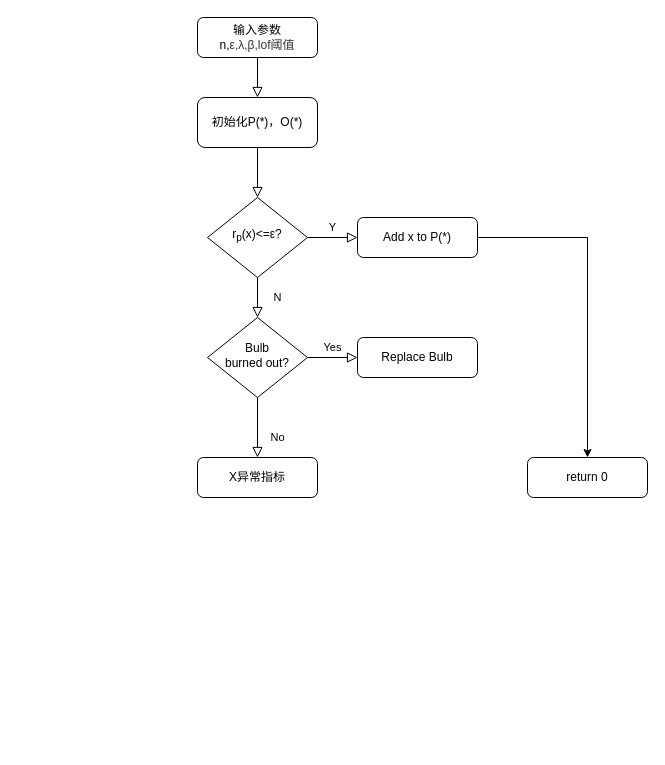
Above: paper/paper al流程.drawio in qin8948050/diagram (draw.io), before the change. Source tidied: cells renumbered, new cells numbered last; positions are measured from the earlier drawing's top-left corner, leaving out a move shared by most shapes. Both pictures are drawn from the tidied source at 100%, with x=0, y=0 at pixel (197, 17).
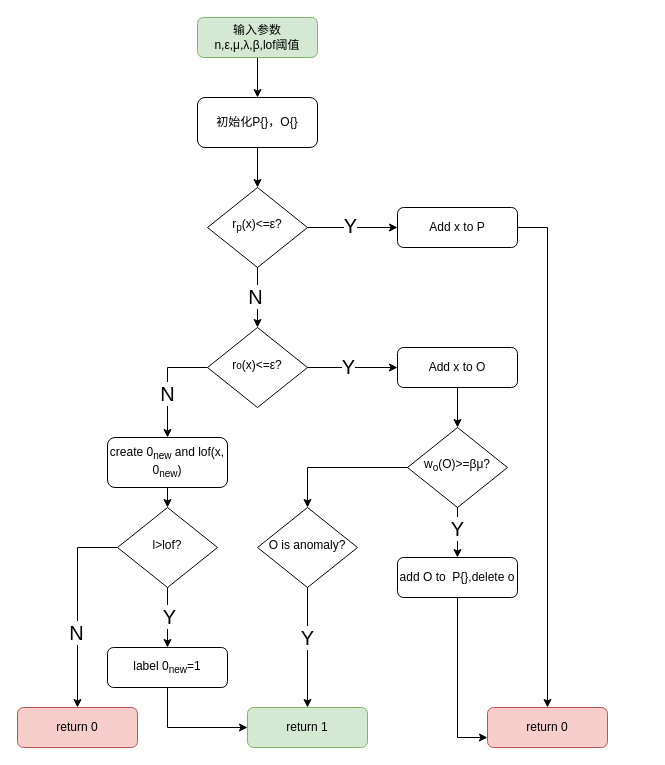
The same page after the edit.

What changed in the source:
```diff
@@
-    <mxCell id="2" style="edgeStyle=orthogonalEdgeStyle;rounded=0;hachureGap=4;jettySize=auto;html=1;exitX=0.5;exitY=1;exitDx=0;exitDy=0;entryX=0.5;entryY=0;entryDx=0;entryDy=0;fontFamily=Architects Daughter;fontSize=16;endArrow=block;endFill=0;endSize=8;" parent="1" edge="1" source="3" target="15">
+    <mxCell id="2" style="edgeStyle=orthogonalEdgeStyle;rounded=0;hachureGap=4;jettySize=auto;html=1;exitX=0.5;exitY=1;exitDx=0;exitDy=0;fontFamily=Architects Daughter;fontSize=16;" parent="1" edge="1" source="3" target="15">
       <mxGeometry relative="1" as="geometry" />
     </mxCell>
-    <mxCell id="3" value="&lt;font style=&quot;font-size: 12px;&quot;&gt;输入参数&lt;br&gt;n,&lt;span style=&quot;color: rgb(51, 51, 51); font-family: &amp;quot;PingFang SC&amp;quot;, &amp;quot;Lantinghei SC&amp;quot;, &amp;quot;Microsoft YaHei&amp;quot;, arial, 宋体, sans-serif, tahoma; text-align: start; background-color: rgb(255, 255, 255);&quot;&gt;ε,&lt;/span&gt;&lt;span style=&quot;color: rgb(51, 51, 51); font-family: &amp;quot;PingFang SC&amp;quot;, &amp;quot;Lantinghei SC&amp;quot;, &amp;quot;Microsoft YaHei&amp;quot;, arial, 宋体, sans-serif, tahoma; text-align: start; background-color: rgb(255, 255, 255);&quot;&gt;λ,&lt;/span&gt;&lt;span style=&quot;color: rgb(51, 51, 51); font-family: &amp;quot;PingFang SC&amp;quot;, &amp;quot;Lantinghei SC&amp;quot;, &amp;quot;Microsoft YaHei&amp;quot;, arial, 宋体, sans-serif, tahoma; text-align: start; background-color: rgb(255, 255, 255);&quot;&gt;β,lof阈值&lt;/span&gt;&lt;/font&gt;" style="rounded=1;whiteSpace=wrap;html=1;fontSize=12;glass=0;strokeWidth=1;shadow=0;" parent="1" vertex="1">
+    <mxCell id="3" value="输入参数&lt;br&gt;n,&lt;span style=&quot;text-align: start;&quot;&gt;ε,μ,&lt;/span&gt;&lt;span style=&quot;text-align: start;&quot;&gt;λ,&lt;/span&gt;&lt;span style=&quot;text-align: start;&quot;&gt;β,lof阈值&lt;/span&gt;" style="rounded=1;whiteSpace=wrap;html=1;fontSize=12;glass=0;strokeWidth=1;shadow=0;fillColor=#d5e8d4;strokeColor=#82b366;" parent="1" vertex="1">
       <mxGeometry width="120" height="40" as="geometry" />
     </mxCell>
+    <mxCell id="5" style="edgeStyle=orthogonalEdgeStyle;rounded=0;hachureGap=4;jettySize=auto;html=1;exitX=1;exitY=0.5;exitDx=0;exitDy=0;entryX=0;entryY=0.5;entryDx=0;entryDy=0;fontFamily=Architects Daughter;fontSize=16;" parent="1" edge="1" source="6" target="8">
+      <mxGeometry relative="1" as="geometry" />
+    </mxCell>
+    <mxCell id="17" value="Y" style="edgeLabel;html=1;align=center;verticalAlign=middle;fontSize=20;fontFamily=Helvetica;" parent="5" vertex="1">
+      <mxGeometry x="-0.06" y="3" relative="1" as="geometry" />
+    </mxCell>
-    <mxCell id="4" value="N" style="rounded=0;html=1;jettySize=auto;fontSize=11;endArrow=block;endFill=0;endSize=8;strokeWidth=1;shadow=0;labelBackgroundColor=none;edgeStyle=orthogonalEdgeStyle;" parent="1" edge="1" source="6" target="11">
-      <mxGeometry y="20" relative="1" as="geometry" />
+    <mxCell id="4" style="edgeStyle=orthogonalEdgeStyle;rounded=0;hachureGap=4;jettySize=auto;html=1;exitX=0.5;exitY=1;exitDx=0;exitDy=0;fontFamily=Architects Daughter;fontSize=16;" parent="1" edge="1" source="6" target="11">
+      <mxGeometry relative="1" as="geometry" />
     </mxCell>
-    <mxCell id="5" value="Y" style="edgeStyle=orthogonalEdgeStyle;rounded=0;html=1;jettySize=auto;fontSize=11;endArrow=block;endFill=0;endSize=8;strokeWidth=1;shadow=0;labelBackgroundColor=none;" parent="1" edge="1" source="6" target="8">
-      <mxGeometry y="10" relative="1" as="geometry" />
-    </mxCell>
+    <mxCell id="18" value="N" style="edgeLabel;html=1;align=center;verticalAlign=middle;fontSize=20;fontFamily=Helvetica;" parent="4" vertex="1">
+      <mxGeometry x="-0.06" y="-3" relative="1" as="geometry" />
+    </mxCell>
     <mxCell id="6" value="r&lt;sub&gt;p&lt;/sub&gt;(x)&amp;lt;=ε?" style="rhombus;whiteSpace=wrap;html=1;shadow=0;fontFamily=Helvetica;fontSize=12;align=center;strokeWidth=1;spacing=6;spacingTop=-4;" parent="1" vertex="1">
-      <mxGeometry x="10" y="180" width="100" height="80" as="geometry" />
+      <mxGeometry x="10" y="170" width="100" height="80" as="geometry" />
     </mxCell>
@@
-    <mxCell id="8" value="Add x to P(*)" style="rounded=1;whiteSpace=wrap;html=1;fontSize=12;glass=0;strokeWidth=1;shadow=0;" parent="1" vertex="1">
-      <mxGeometry x="160" y="200" width="120" height="40" as="geometry" />
+    <mxCell id="8" value="Add x to P" style="rounded=1;whiteSpace=wrap;html=1;fontSize=12;glass=0;strokeWidth=1;shadow=0;" parent="1" vertex="1">
+      <mxGeometry x="200" y="190" width="120" height="40" as="geometry" />
     </mxCell>
-    <mxCell id="9" value="No" style="rounded=0;html=1;jettySize=auto;fontSize=11;endArrow=block;endFill=0;endSize=8;strokeWidth=1;shadow=0;labelBackgroundColor=none;edgeStyle=orthogonalEdgeStyle;" parent="1" edge="1" source="11" target="12">
-      <mxGeometry x="0.33" y="20" relative="1" as="geometry" />
+    <mxCell id="9" style="edgeStyle=orthogonalEdgeStyle;rounded=0;hachureGap=4;jettySize=auto;html=1;exitX=0;exitY=0.5;exitDx=0;exitDy=0;fontFamily=Architects Daughter;fontSize=16;" parent="1" edge="1" source="11" target="12">
+      <mxGeometry relative="1" as="geometry" />
     </mxCell>
+    <mxCell id="19" value="N" style="edgeLabel;html=1;align=center;verticalAlign=middle;fontSize=20;fontFamily=Helvetica;" parent="9" vertex="1">
+      <mxGeometry x="0.18" y="-1" relative="1" as="geometry" />
+    </mxCell>
-    <mxCell id="10" value="Yes" style="edgeStyle=orthogonalEdgeStyle;rounded=0;html=1;jettySize=auto;fontSize=11;endArrow=block;endFill=0;endSize=8;strokeWidth=1;shadow=0;labelBackgroundColor=none;" parent="1" edge="1" source="11" target="13">
-      <mxGeometry y="10" relative="1" as="geometry" />
+    <mxCell id="10" style="edgeStyle=orthogonalEdgeStyle;rounded=0;hachureGap=4;jettySize=auto;html=1;exitX=1;exitY=0.5;exitDx=0;exitDy=0;entryX=0;entryY=0.5;entryDx=0;entryDy=0;fontFamily=Architects Daughter;fontSize=16;" parent="1" edge="1" source="11" target="13">
+      <mxGeometry relative="1" as="geometry" />
     </mxCell>
+    <mxCell id="20" value="Y" style="edgeLabel;html=1;align=center;verticalAlign=middle;fontSize=20;fontFamily=Helvetica;" parent="10" vertex="1">
+      <mxGeometry x="-0.12" y="2" relative="1" as="geometry" />
+    </mxCell>
-    <mxCell id="11" value="Bulb&lt;br&gt;burned out?" style="rhombus;whiteSpace=wrap;html=1;shadow=0;fontFamily=Helvetica;fontSize=12;align=center;strokeWidth=1;spacing=6;spacingTop=-4;" parent="1" vertex="1">
-      <mxGeometry x="10" y="300" width="100" height="80" as="geometry" />
+    <mxCell id="11" value="r&lt;span style=&quot;font-size: 10px;&quot;&gt;o&lt;/span&gt;(x)&amp;lt;=ε?" style="rhombus;whiteSpace=wrap;html=1;shadow=0;fontFamily=Helvetica;fontSize=12;align=center;strokeWidth=1;spacing=6;spacingTop=-4;" parent="1" vertex="1">
+      <mxGeometry x="10" y="310" width="100" height="80" as="geometry" />
     </mxCell>
+    <mxCell id="21" style="edgeStyle=orthogonalEdgeStyle;rounded=0;hachureGap=4;jettySize=auto;html=1;exitX=0.5;exitY=1;exitDx=0;exitDy=0;entryX=0.5;entryY=0;entryDx=0;entryDy=0;fontFamily=Architects Daughter;fontSize=16;" parent="1" edge="1" source="12" target="37">
+      <mxGeometry relative="1" as="geometry" />
+    </mxCell>
-    <mxCell id="12" value="X异常指标" style="rounded=1;whiteSpace=wrap;html=1;fontSize=12;glass=0;strokeWidth=1;shadow=0;" parent="1" vertex="1">
-      <mxGeometry y="440" width="120" height="40" as="geometry" />
+    <mxCell id="12" value="create 0&lt;sub&gt;new&lt;/sub&gt; and&amp;nbsp;lof(x, 0&lt;sub style=&quot;border-color: var(--border-color);&quot;&gt;new&lt;/sub&gt;)" style="rounded=1;whiteSpace=wrap;html=1;fontSize=12;glass=0;strokeWidth=1;shadow=0;" parent="1" vertex="1">
+      <mxGeometry x="-90" y="420" width="120" height="50" as="geometry" />
     </mxCell>
+    <mxCell id="22" style="edgeStyle=orthogonalEdgeStyle;rounded=0;hachureGap=4;jettySize=auto;html=1;exitX=0.5;exitY=1;exitDx=0;exitDy=0;entryX=0.5;entryY=0;entryDx=0;entryDy=0;fontFamily=Architects Daughter;fontSize=16;" parent="1" edge="1" source="13" target="29">
+      <mxGeometry relative="1" as="geometry" />
+    </mxCell>
-    <mxCell id="13" value="Replace Bulb" style="rounded=1;whiteSpace=wrap;html=1;fontSize=12;glass=0;strokeWidth=1;shadow=0;" parent="1" vertex="1">
-      <mxGeometry x="160" y="320" width="120" height="40" as="geometry" />
+    <mxCell id="13" value="Add x to O" style="rounded=1;whiteSpace=wrap;html=1;fontSize=12;glass=0;strokeWidth=1;shadow=0;" parent="1" vertex="1">
+      <mxGeometry x="200" y="330" width="120" height="40" as="geometry" />
     </mxCell>
-    <mxCell id="14" style="edgeStyle=orthogonalEdgeStyle;rounded=0;hachureGap=4;jettySize=auto;html=1;exitX=0.5;exitY=1;exitDx=0;exitDy=0;fontFamily=Architects Daughter;fontSize=16;endArrow=block;endFill=0;endSize=8;" parent="1" edge="1" source="15" target="6">
+    <mxCell id="14" style="edgeStyle=orthogonalEdgeStyle;rounded=0;hachureGap=4;jettySize=auto;html=1;exitX=0.5;exitY=1;exitDx=0;exitDy=0;entryX=0.5;entryY=0;entryDx=0;entryDy=0;fontFamily=Architects Daughter;fontSize=16;" parent="1" edge="1" source="15" target="6">
       <mxGeometry relative="1" as="geometry" />
     </mxCell>
-    <mxCell id="15" value="初始化P(*)，O(*)" style="rounded=1;whiteSpace=wrap;html=1;fontSize=12;glass=0;strokeWidth=1;shadow=0;" parent="1" vertex="1">
+    <mxCell id="15" value="初始化P{}，O{}" style="rounded=1;whiteSpace=wrap;html=1;fontSize=12;glass=0;strokeWidth=1;shadow=0;" parent="1" vertex="1">
       <mxGeometry y="80" width="120" height="50" as="geometry" />
     </mxCell>
-    <mxCell id="16" value="return 0" style="rounded=1;whiteSpace=wrap;html=1;fontSize=12;glass=0;strokeWidth=1;shadow=0;" parent="1" vertex="1">
-      <mxGeometry x="330" y="440" width="120" height="40" as="geometry" />
+    <mxCell id="16" value="return 0" style="rounded=1;whiteSpace=wrap;html=1;fontSize=12;glass=0;strokeWidth=1;shadow=0;fillColor=#f8cecc;strokeColor=#b85450;" parent="1" vertex="1">
+      <mxGeometry x="290" y="690" width="120" height="40" as="geometry" />
     </mxCell>
+    <mxCell id="23" style="edgeStyle=orthogonalEdgeStyle;rounded=0;hachureGap=4;jettySize=auto;html=1;exitX=0.5;exitY=1;exitDx=0;exitDy=0;entryX=0;entryY=0.75;entryDx=0;entryDy=0;fontFamily=Architects Daughter;fontSize=16;" parent="1" edge="1" source="24" target="16">
+      <mxGeometry relative="1" as="geometry" />
+    </mxCell>
+    <mxCell id="24" value="add O to&amp;nbsp; P{},delete o" style="rounded=1;whiteSpace=wrap;html=1;fontSize=12;glass=0;strokeWidth=1;shadow=0;" parent="1" vertex="1">
+      <mxGeometry x="200" y="540" width="120" height="40" as="geometry" />
+    </mxCell>
+    <mxCell id="25" value="return 1" style="rounded=1;whiteSpace=wrap;html=1;fontSize=12;glass=0;strokeWidth=1;shadow=0;fillColor=#d5e8d4;strokeColor=#82b366;" parent="1" vertex="1">
+      <mxGeometry x="50" y="690" width="120" height="40" as="geometry" />
+    </mxCell>
+    <mxCell id="26" style="edgeStyle=orthogonalEdgeStyle;rounded=0;hachureGap=4;jettySize=auto;html=1;exitX=0.5;exitY=1;exitDx=0;exitDy=0;entryX=0.5;entryY=0;entryDx=0;entryDy=0;fontFamily=Architects Daughter;fontSize=16;" parent="1" edge="1" source="29" target="24">
+      <mxGeometry relative="1" as="geometry" />
+    </mxCell>
+    <mxCell id="27" value="Y" style="edgeLabel;html=1;align=center;verticalAlign=middle;fontSize=20;fontFamily=Helvetica;" parent="26" vertex="1">
+      <mxGeometry x="-0.22" y="-1" relative="1" as="geometry" />
+    </mxCell>
+    <mxCell id="28" style="edgeStyle=orthogonalEdgeStyle;rounded=0;hachureGap=4;jettySize=auto;html=1;exitX=0;exitY=0.5;exitDx=0;exitDy=0;entryX=0.5;entryY=0;entryDx=0;entryDy=0;fontFamily=Architects Daughter;fontSize=16;" parent="1" edge="1" source="29" target="32">
+      <mxGeometry relative="1" as="geometry" />
+    </mxCell>
+    <mxCell id="29" value="w&lt;sub style=&quot;border-color: var(--border-color);&quot;&gt;o&lt;/sub&gt;(O)&amp;gt;=βμ?" style="rhombus;whiteSpace=wrap;html=1;shadow=0;fontFamily=Helvetica;fontSize=12;align=center;strokeWidth=1;spacing=6;spacingTop=-4;" parent="1" vertex="1">
+      <mxGeometry x="210" y="410" width="100" height="80" as="geometry" />
+    </mxCell>
+    <mxCell id="30" style="edgeStyle=orthogonalEdgeStyle;rounded=0;hachureGap=4;jettySize=auto;html=1;exitX=0.5;exitY=1;exitDx=0;exitDy=0;entryX=0.5;entryY=0;entryDx=0;entryDy=0;fontFamily=Architects Daughter;fontSize=16;" parent="1" edge="1" source="32" target="25">
+      <mxGeometry relative="1" as="geometry" />
+    </mxCell>
+    <mxCell id="31" value="Y" style="edgeLabel;html=1;align=center;verticalAlign=middle;fontSize=20;fontFamily=Helvetica;" parent="30" vertex="1">
+      <mxGeometry x="-0.18" y="-1" relative="1" as="geometry" />
+    </mxCell>
+    <mxCell id="32" value="O is anomaly?" style="rhombus;whiteSpace=wrap;html=1;shadow=0;fontFamily=Helvetica;fontSize=12;align=center;strokeWidth=1;spacing=6;spacingTop=-4;" parent="1" vertex="1">
+      <mxGeometry x="60" y="490" width="100" height="80" as="geometry" />
+    </mxCell>
+    <mxCell id="33" style="edgeStyle=orthogonalEdgeStyle;rounded=0;hachureGap=4;jettySize=auto;html=1;exitX=0.5;exitY=1;exitDx=0;exitDy=0;fontFamily=Architects Daughter;fontSize=16;" parent="1" edge="1" source="37" target="39">
+      <mxGeometry relative="1" as="geometry" />
+    </mxCell>
+    <mxCell id="34" value="Y" style="edgeLabel;html=1;align=center;verticalAlign=middle;fontSize=20;fontFamily=Helvetica;" parent="33" vertex="1">
+      <mxGeometry x="-0.06" y="1" relative="1" as="geometry" />
+    </mxCell>
+    <mxCell id="35" style="edgeStyle=orthogonalEdgeStyle;rounded=0;hachureGap=4;jettySize=auto;html=1;exitX=0;exitY=0.5;exitDx=0;exitDy=0;fontFamily=Architects Daughter;fontSize=16;" parent="1" edge="1" source="37" target="40">
+      <mxGeometry relative="1" as="geometry" />
+    </mxCell>
+    <mxCell id="36" value="N" style="edgeLabel;html=1;align=center;verticalAlign=middle;fontSize=20;fontFamily=Helvetica;" parent="35" vertex="1">
+      <mxGeometry x="0.24" y="-2" relative="1" as="geometry" />
+    </mxCell>
+    <mxCell id="37" value="l&amp;gt;lof?" style="rhombus;whiteSpace=wrap;html=1;shadow=0;fontFamily=Helvetica;fontSize=12;align=center;strokeWidth=1;spacing=6;spacingTop=-4;" parent="1" vertex="1">
+      <mxGeometry x="-80" y="490" width="100" height="80" as="geometry" />
+    </mxCell>
+    <mxCell id="38" style="edgeStyle=orthogonalEdgeStyle;rounded=0;hachureGap=4;jettySize=auto;html=1;exitX=0.5;exitY=1;exitDx=0;exitDy=0;entryX=0;entryY=0.5;entryDx=0;entryDy=0;fontFamily=Architects Daughter;fontSize=16;" parent="1" edge="1" source="39" target="25">
+      <mxGeometry relative="1" as="geometry" />
+    </mxCell>
+    <mxCell id="39" value="label 0&lt;sub&gt;new&lt;/sub&gt;=1" style="rounded=1;whiteSpace=wrap;html=1;fontSize=12;glass=0;strokeWidth=1;shadow=0;" parent="1" vertex="1">
+      <mxGeometry x="-90" y="630" width="120" height="40" as="geometry" />
+    </mxCell>
+    <mxCell id="40" value="return 0" style="rounded=1;whiteSpace=wrap;html=1;fontSize=12;glass=0;strokeWidth=1;shadow=0;fillColor=#f8cecc;strokeColor=#b85450;" parent="1" vertex="1">
+      <mxGeometry x="-180" y="690" width="120" height="40" as="geometry" />
+    </mxCell>
```
